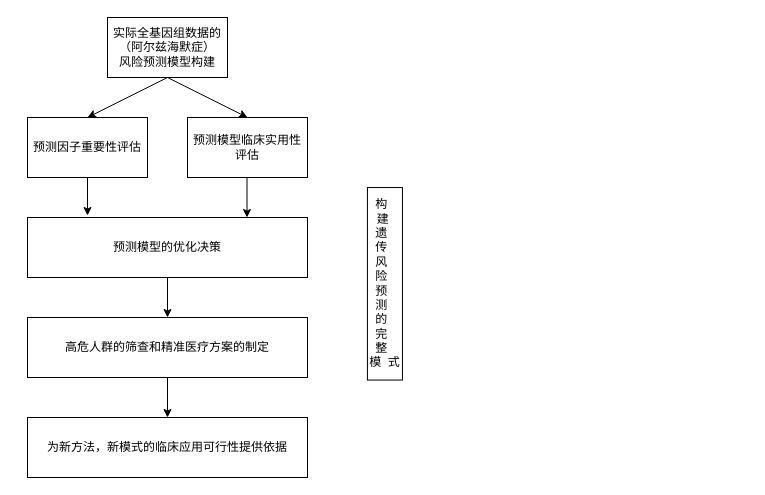
This is path.drawio from YaluWen/try, a draw.io file, before an edit. Source tidied: cells renumbered, new cells numbered last; positions are measured from the earlier drawing's top-left corner, leaving out a move shared by most shapes. Both pictures are drawn from the tidied source at 100%, with x=0, y=0 at pixel (27, 17).
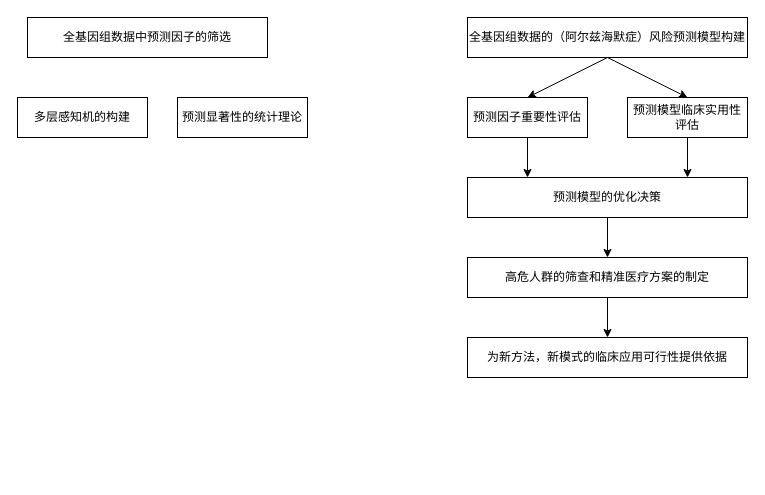
After the change.

Change to the diagram source:
```diff
@@
 <mxGraphModel>
   <root>
     <mxCell id="0" />
     <mxCell id="1" parent="0" />
+    <mxCell id="15" style="group;" parent="1" vertex="1">
+      <mxGeometry x="440" width="280" height="360" as="geometry" />
+    </mxCell>
-    <mxCell id="2" value="&lt;div&gt;实际全基因组数据的（阿尔兹海默症）&lt;/div&gt;&lt;div&gt;风险预测模型构建&lt;/div&gt;" style="rounded=0;whiteSpace=wrap;html=1;" parent="1" vertex="1">
-      <mxGeometry x="80" width="120" height="60" as="geometry" />
+    <mxCell id="2" value="&lt;div&gt;全基因组数据的（阿尔兹海默症）风险预测模型构建&lt;/div&gt;" style="rounded=0;whiteSpace=wrap;html=1;" parent="15" vertex="1">
+      <mxGeometry width="280" height="40" as="geometry" />
     </mxCell>
-    <mxCell id="3" value="预测因子重要性评估" style="rounded=0;whiteSpace=wrap;html=1;" parent="1" vertex="1">
-      <mxGeometry y="100" width="120" height="60" as="geometry" />
+    <mxCell id="3" value="预测因子重要性评估" style="rounded=0;whiteSpace=wrap;html=1;" parent="15" vertex="1">
+      <mxGeometry y="80" width="120" height="40" as="geometry" />
     </mxCell>
-    <mxCell id="4" style="endArrow=classic;html=1;exitX=0.5;exitY=1;exitDx=0;exitDy=0;entryX=0.5;entryY=0;entryDx=0;entryDy=0;" parent="1" edge="1" source="2" target="3">
+    <mxCell id="4" style="endArrow=classic;html=1;exitX=0.5;exitY=1;exitDx=0;exitDy=0;entryX=0.5;entryY=0;entryDx=0;entryDy=0;" parent="15" edge="1" source="2" target="3">
       <mxGeometry relative="1" as="geometry" />
     </mxCell>
-    <mxCell id="5" value="预测模型临床实用性评估" style="rounded=0;whiteSpace=wrap;html=1;" parent="1" vertex="1">
-      <mxGeometry x="160" y="100" width="120" height="60" as="geometry" />
+    <mxCell id="5" value="预测模型临床实用性评估" style="rounded=0;whiteSpace=wrap;html=1;" parent="15" vertex="1">
+      <mxGeometry x="160" y="80" width="120" height="40" as="geometry" />
     </mxCell>
-    <mxCell id="6" style="endArrow=classic;html=1;exitX=0.5;exitY=1;exitDx=0;exitDy=0;entryX=0.5;entryY=0;entryDx=0;entryDy=0;" parent="1" edge="1" source="2" target="5">
+    <mxCell id="6" style="endArrow=classic;html=1;exitX=0.5;exitY=1;exitDx=0;exitDy=0;entryX=0.5;entryY=0;entryDx=0;entryDy=0;" parent="15" edge="1" source="2" target="5">
       <mxGeometry relative="1" as="geometry" />
     </mxCell>
-    <mxCell id="7" style="edgeStyle=orthogonalEdgeStyle;rounded=0;jettySize=auto;html=1;" parent="1" edge="1" source="8" target="12">
-      <mxGeometry relative="1" as="geometry" />
-    </mxCell>
-    <mxCell id="8" value="预测模型的优化决策" style="rounded=0;whiteSpace=wrap;html=1;" parent="1" vertex="1">
-      <mxGeometry y="200" width="280" height="60" as="geometry" />
+    <mxCell id="8" value="预测模型的优化决策" style="rounded=0;whiteSpace=wrap;html=1;" parent="15" vertex="1">
+      <mxGeometry y="160" width="280" height="40" as="geometry" />
     </mxCell>
-    <mxCell id="9" style="endArrow=classic;html=1;exitX=0.5;exitY=1;exitDx=0;exitDy=0;" parent="1" edge="1" source="3">
+    <mxCell id="9" style="endArrow=classic;html=1;exitX=0.5;exitY=1;exitDx=0;exitDy=0;" parent="15" edge="1" source="3">
       <mxGeometry relative="1" as="geometry">
-        <mxPoint x="60" y="198" as="targetPoint" />
+        <mxPoint x="60" y="160" as="targetPoint" />
       </mxGeometry>
     </mxCell>
-    <mxCell id="10" style="endArrow=classic;html=1;exitX=0.5;exitY=1;exitDx=0;exitDy=0;" parent="1" edge="1">
+    <mxCell id="10" style="endArrow=classic;html=1;exitX=0.5;exitY=1;exitDx=0;exitDy=0;" parent="15" edge="1" source="5">
       <mxGeometry relative="1" as="geometry">
-        <mxPoint x="219.5" y="160" as="sourcePoint" />
-        <mxPoint x="219.5" y="200" as="targetPoint" />
+        <mxPoint x="220" y="160" as="targetPoint" />
       </mxGeometry>
     </mxCell>
+    <mxCell id="12" value="高危人群的筛查和精准医疗方案的制定" style="whiteSpace=wrap;html=1;rounded=0;" parent="15" vertex="1">
+      <mxGeometry y="240" width="280" height="40" as="geometry" />
+    </mxCell>
+    <mxCell id="7" style="edgeStyle=orthogonalEdgeStyle;rounded=0;jettySize=auto;html=1;" parent="15" edge="1" source="8" target="12">
+      <mxGeometry relative="1" as="geometry" />
+    </mxCell>
+    <mxCell id="13" value="为新方法，新模式的临床应用可行性提供依据" style="whiteSpace=wrap;html=1;rounded=0;" parent="15" vertex="1">
+      <mxGeometry y="320" width="280" height="40" as="geometry" />
+    </mxCell>
-    <mxCell id="11" style="edgeStyle=orthogonalEdgeStyle;rounded=0;jettySize=auto;html=1;" parent="1" edge="1" source="12" target="13">
+    <mxCell id="11" style="edgeStyle=orthogonalEdgeStyle;rounded=0;jettySize=auto;html=1;" parent="15" edge="1" source="12" target="13">
       <mxGeometry relative="1" as="geometry" />
     </mxCell>
-    <mxCell id="12" value="高危人群的筛查和精准医疗方案的制定" style="whiteSpace=wrap;html=1;rounded=0;" parent="1" vertex="1">
-      <mxGeometry y="300" width="280" height="60" as="geometry" />
-    </mxCell>
-    <mxCell id="13" value="为新方法，新模式的临床应用可行性提供依据" style="whiteSpace=wrap;html=1;rounded=0;" parent="1" vertex="1">
-      <mxGeometry y="400" width="280" height="60" as="geometry" />
-    </mxCell>
-    <mxCell id="14" value="&lt;font style=&quot;font-size: 12px&quot;&gt;构&amp;nbsp;&amp;nbsp; 建&amp;nbsp; 遗&amp;nbsp;&amp;nbsp; 传&amp;nbsp;&amp;nbsp; 风&amp;nbsp;&amp;nbsp; 险&amp;nbsp;&amp;nbsp; 预&amp;nbsp;&amp;nbsp; 测&amp;nbsp;&amp;nbsp; 的&amp;nbsp;&amp;nbsp; 完&amp;nbsp;&amp;nbsp; 整&amp;nbsp;&amp;nbsp; 模&amp;nbsp; 式&lt;/font&gt;" style="rounded=0;whiteSpace=wrap;html=1;rotation=90;horizontal=0;labelPosition=center;verticalLabelPosition=middle;align=center;verticalAlign=middle;textDirection=rtl;" parent="1" vertex="1">
-      <mxGeometry x="261.2" y="248.8" width="192.5" height="35" as="geometry" />
-    </mxCell>
+    <mxCell id="16" value="全基因组数据中预测因子的筛选" style="rounded=0;whiteSpace=wrap;html=1;align=center;" parent="1" vertex="1">
+      <mxGeometry width="240" height="40" as="geometry" />
+    </mxCell>
+    <mxCell id="17" value="多层感知机的构建" style="rounded=0;whiteSpace=wrap;html=1;align=center;" parent="1" vertex="1">
+      <mxGeometry x="-10" y="80" width="130" height="40" as="geometry" />
+    </mxCell>
+    <mxCell id="18" value="预测显著性的统计理论" style="rounded=0;whiteSpace=wrap;html=1;align=center;" parent="1" vertex="1">
+      <mxGeometry x="150" y="80" width="130" height="40" as="geometry" />
+    </mxCell>
   </root>
 </mxGraphModel>
```
